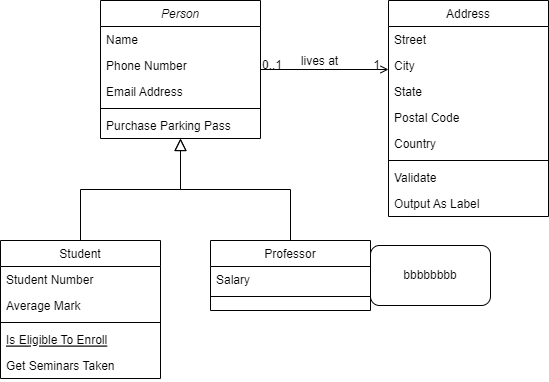
DenisMartyanov01/TaMP keeps this draw.io diagram as class.drawio.png. Above is the earlier version. Source tidied: cells renumbered, new cells last; positions are measured from the earlier drawing's top-left corner, leaving out a move shared by most shapes.
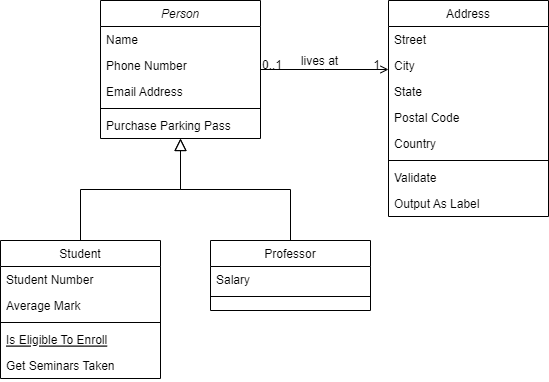
The same file after the commit.

Change to the diagram source:
```diff
@@ -100,8 +100,5 @@
         <mxPoint x="-38" y="40" as="offset" />
       </mxGeometry>
     </mxCell>
-    <mxCell id="32" value="bbbbbbbb" style="rounded=1;whiteSpace=wrap;html=1;" parent="1" vertex="1">
-      <mxGeometry x="370" y="245" width="120" height="60" as="geometry" />
-    </mxCell>
   </root>
 </mxGraphModel>
```
